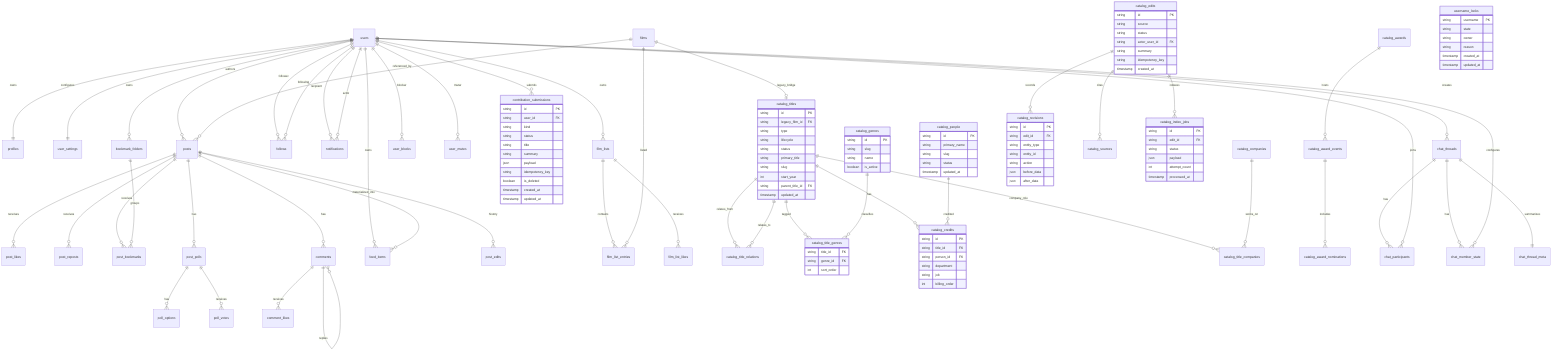
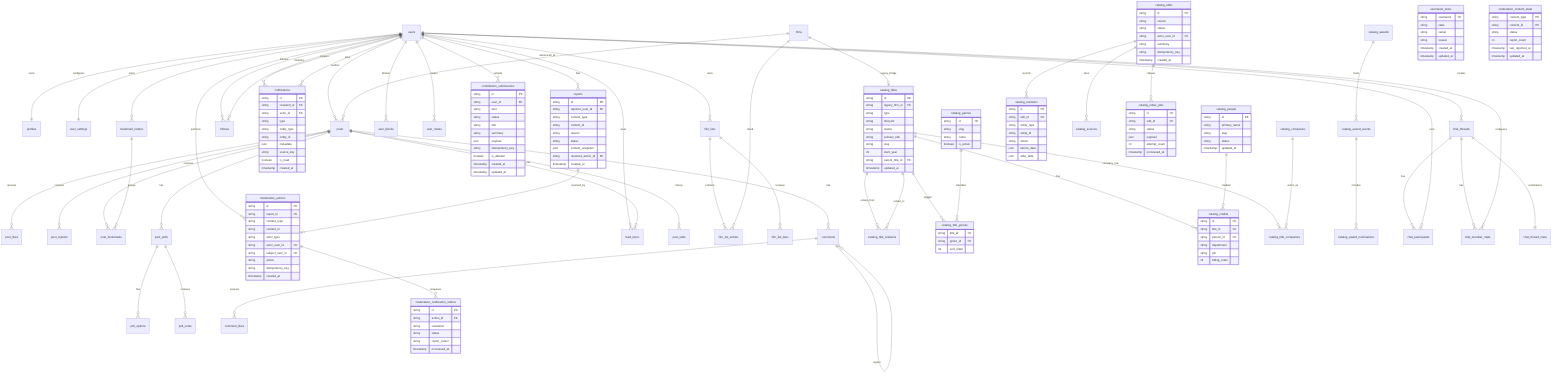
erDiagram
  users ||--|| profiles : owns
  users ||--|| user_settings : configures
  users ||--o{ posts : authors
  films ||--o{ posts : referenced_by
  posts ||--o{ post_likes : receives
  posts ||--o{ post_reposts : receives
  posts ||--o{ post_bookmarks : receives
  users ||--o{ bookmark_folders : owns
  bookmark_folders ||--o{ post_bookmarks : groups
  posts ||--o{ post_polls : has
  post_polls ||--o{ poll_options : has
  post_polls ||--o{ poll_votes : receives
  posts ||--o{ comments : has
  comments ||--o{ comments : replies
  comments ||--o{ comment_likes : receives
  users ||--o{ follows : follower
  users ||--o{ follows : following
  users ||--o{ notifications : recipient
  users ||--o{ notifications : actor
  users ||--o{ feed_items : owns
  posts ||--o{ feed_items : materialized_into
  posts ||--o{ post_edits : history
  users ||--o{ film_lists : owns
  film_lists ||--o{ film_list_entries : contains
  films ||--o{ film_list_entries : listed
  film_lists ||--o{ film_list_likes : receives
  users ||--o{ user_blocks : blocker
  users ||--o{ user_mutes : muter
  users ||--o{ contribution_submissions : submits
+   users ||--o{ reports : files
+   users ||--o{ moderation_actions : performs
+   reports ||--o| moderation_actions : resolved_by
+   moderation_actions ||--o{ moderation_notification_outbox : enqueues
  films ||--o| catalog_titles : legacy_bridge
  catalog_titles ||--o{ catalog_title_relations : relates_from
  catalog_titles ||--o{ catalog_title_relations : relates_to
  catalog_titles ||--o{ catalog_title_genres : tagged
  catalog_genres ||--o{ catalog_title_genres : classifies
  catalog_titles ||--o{ catalog_credits : has
  catalog_people ||--o{ catalog_credits : credited
  catalog_titles ||--o{ catalog_title_companies : company_role
  catalog_companies ||--o{ catalog_title_companies : works_on
  catalog_awards ||--o{ catalog_award_events : hosts
  catalog_award_events ||--o{ catalog_award_nominations : includes
  catalog_edits ||--o{ catalog_revisions : records
  catalog_edits ||--o{ catalog_sources : cites
  catalog_edits ||--o{ catalog_index_jobs : indexes
  users ||--o{ chat_threads : creates
  chat_threads ||--o{ chat_participants : has
  users ||--o{ chat_participants : joins
  chat_threads ||--o{ chat_member_state : has
  users ||--o{ chat_member_state : configures
  chat_threads ||--|| chat_thread_meta : summarizes
  username_locks {
    string username PK
    string state
    string owner
    string reason
    timestamp created_at
    timestamp updated_at
  }
  contribution_submissions {
    string id PK
    string user_id FK
    string kind
    string status
    string title
    string summary
    json payload
    string idempotency_key
    boolean is_deleted
    timestamp created_at
    timestamp updated_at
+   }
+   reports {
+     string id PK
+     string reporter_user_id FK
+     string content_type
+     string content_id
+     string reason
+     string status
+     json content_snapshot
+     string resolved_action_id FK
+     timestamp created_at
+   }
+   moderation_actions {
+     string id PK
+     string report_id FK
+     string content_type
+     string content_id
+     string actor_type
+     string actor_user_id FK
+     string subject_user_id FK
+     string action
+     string idempotency_key
+     timestamp created_at
+   }
+   moderation_content_state {
+     string content_type PK
+     string content_id PK
+     string status
+     int report_count
+     timestamp last_reported_at
+     timestamp updated_at
+   }
+   moderation_notification_outbox {
+     string id PK
+     string action_id FK
+     string resolution
+     string status
+     string report_cursor
+     timestamp processed_at
+   }
+   notifications {
+     string id PK
+     string recipient_id FK
+     string actor_id FK
+     string type
+     string entity_type
+     string entity_id
+     json metadata
+     string source_key
+     boolean is_read
+     timestamp created_at
  }
  catalog_titles {
    string id PK
    string legacy_film_id FK
    string type
    string lifecycle
    string status
    string primary_title
    string slug
    int start_year
    string parent_title_id FK
    timestamp updated_at
  }
  catalog_people {
    string id PK
    string primary_name
    string slug
    string status
    timestamp updated_at
  }
  catalog_credits {
    string id PK
    string title_id FK
    string person_id FK
    string department
    string job
    int billing_order
  }
  catalog_genres {
    string id PK
    string slug
    string name
    boolean is_active
  }
  catalog_title_genres {
    string title_id FK
    string genre_id FK
    int sort_order
  }
  catalog_edits {
    string id PK
    string source
    string status
    string actor_user_id FK
    string summary
    string idempotency_key
    timestamp created_at
  }
  catalog_revisions {
    string id PK
    string edit_id FK
    string entity_type
    string entity_id
    string action
    json before_data
    json after_data
  }
  catalog_index_jobs {
    string id PK
    string edit_id FK
    string status
    json payload
    int attempt_count
    timestamp processed_at
  }
